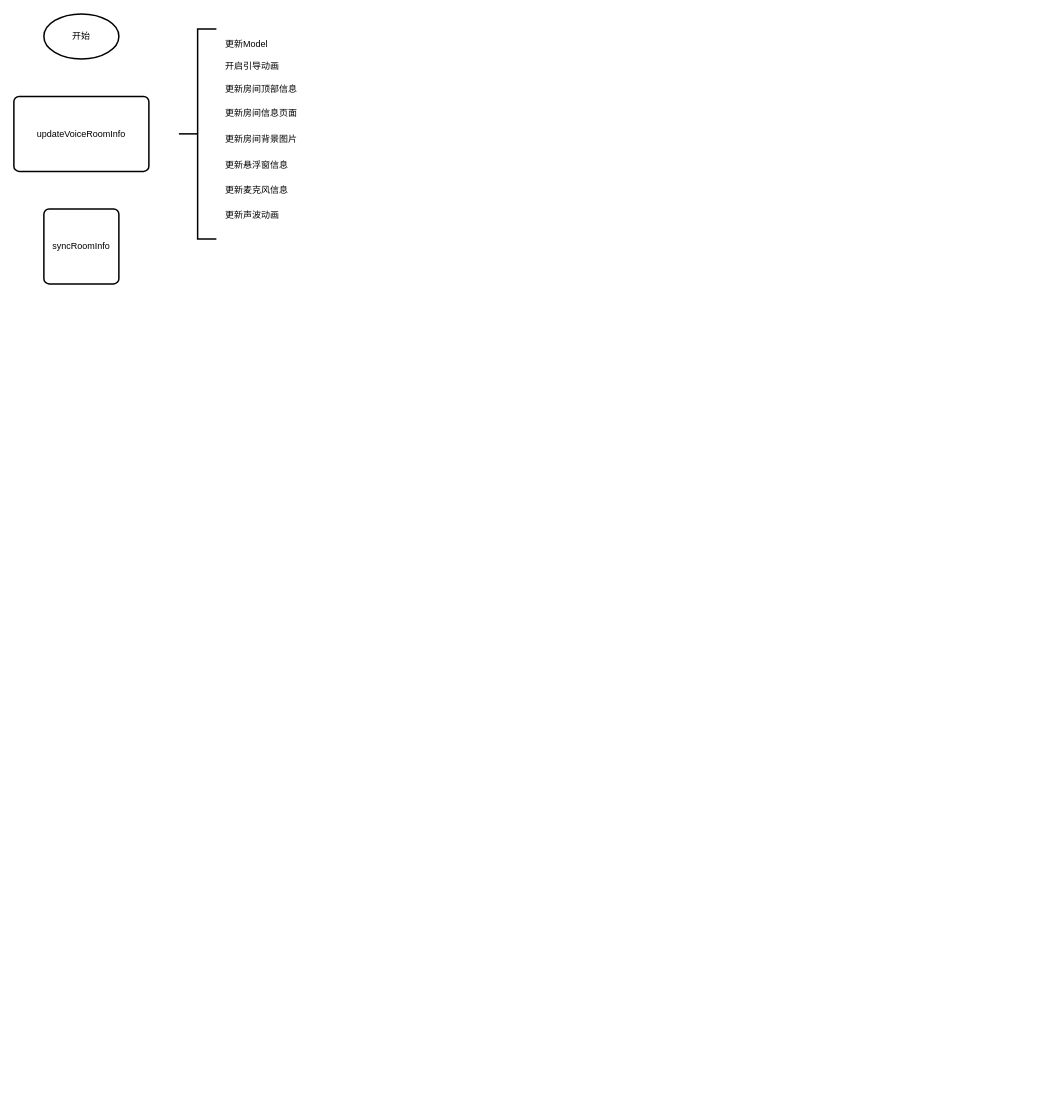
Before: 房间流程图.drawio in ZengSir/drawio, a draw.io diagram. Source tidied: cells renumbered, new cells numbered last; positions are measured from the earlier drawing's top-left corner, leaving out a move shared by most shapes. Both pictures are drawn from the tidied source at 75%, with x=0, y=0 at pixel (14, 14).
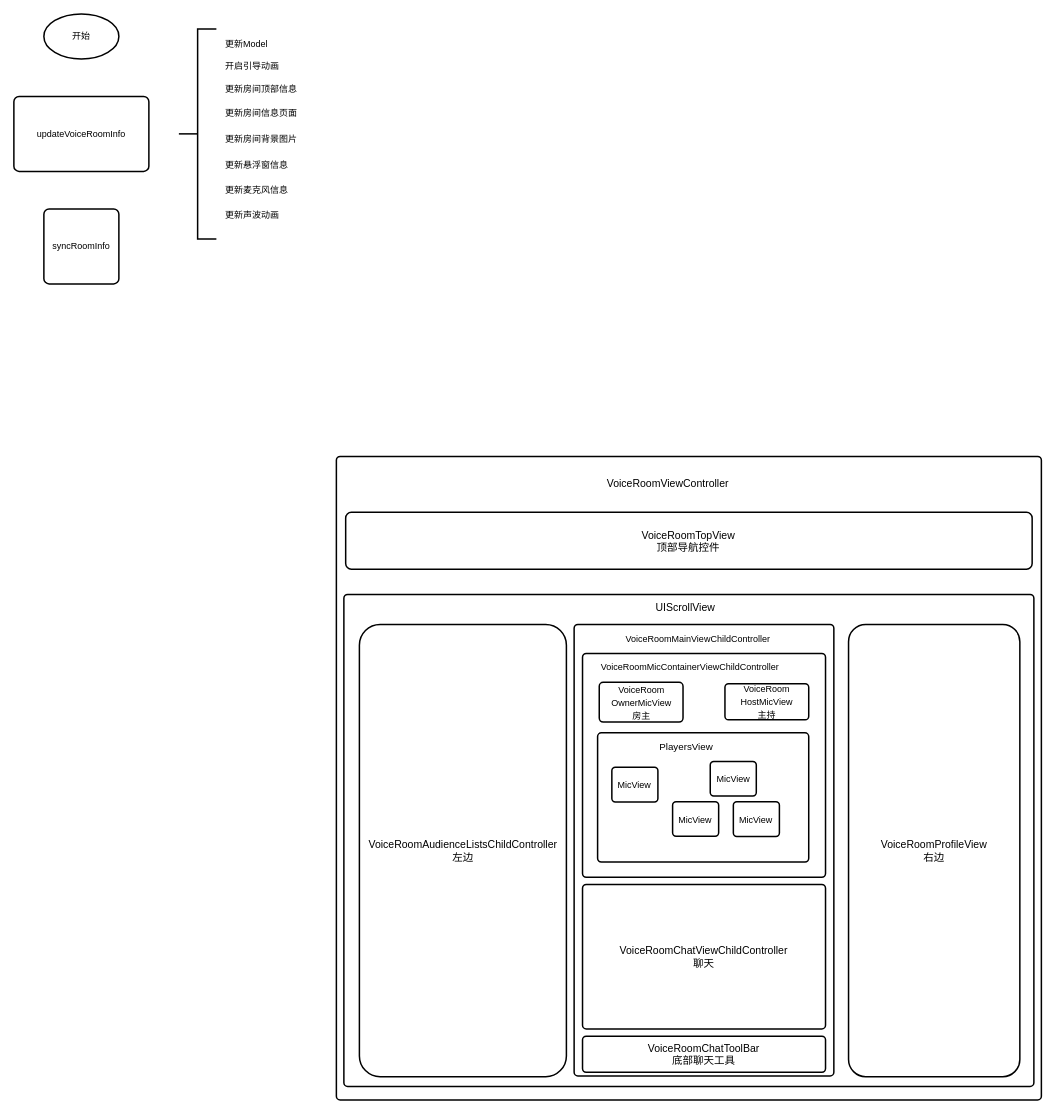
After the change.

Commit message:
更新房间流程图.drawio

Change to the diagram source:
```diff
@@
+    <mxCell id="14" style="rounded=1;absoluteArcSize=1;html=1;strokeWidth=2;arcSize=10;fontSize=14;fillColor=none;" parent="1" vertex="1">
+      <mxGeometry x="430" y="590" width="940" height="858" as="geometry" />
+    </mxCell>
+    <mxCell id="15" style="html=1;strokeWidth=2;shape=mxgraph.er.anchor;fontSize=14;whiteSpace=wrap;" parent="14" vertex="1">
+      <mxGeometry width="470" height="858" as="geometry" />
+    </mxCell>
+    <mxCell id="16" value="VoiceRoomViewController" style="text;html=1;align=left;verticalAlign=top;spacingTop=-4;fontSize=14;" parent="14" vertex="1">
+      <mxGeometry x="358.7" y="24.6" width="180" height="20" as="geometry" />
+    </mxCell>
+    <mxCell id="17" value="VoiceRoomTopView&lt;br&gt;顶部导航控件" style="strokeWidth=2;rounded=1;arcSize=10;whiteSpace=wrap;html=1;align=center;fontSize=14;fillColor=none;" parent="14" vertex="1">
+      <mxGeometry x="12.4" y="74.6" width="915.3" height="75.9" as="geometry" />
+    </mxCell>
+    <mxCell id="18" style="rounded=1;absoluteArcSize=1;html=1;strokeWidth=2;arcSize=10;fontSize=14;fillColor=none;" parent="14" vertex="1">
+      <mxGeometry x="10" y="184" width="920" height="656" as="geometry" />
+    </mxCell>
+    <mxCell id="19" style="html=1;strokeWidth=2;shape=mxgraph.er.anchor;fontSize=14;whiteSpace=wrap;" parent="18" vertex="1">
+      <mxGeometry width="460" height="399.8" as="geometry" />
+    </mxCell>
+    <mxCell id="20" value="VoiceRoomProfileView&lt;br&gt;右边" style="strokeWidth=2;rounded=1;arcSize=10;whiteSpace=wrap;html=1;align=center;fontSize=14;fillColor=none;" parent="18" vertex="1">
+      <mxGeometry x="672.9" y="40.2" width="228.4" height="602.8" as="geometry" />
+    </mxCell>
+    <mxCell id="21" value="VoiceRoomAudienceListsChildController&lt;br&gt;左边" style="strokeWidth=2;rounded=1;arcSize=10;whiteSpace=wrap;html=1;align=center;fontSize=14;fillColor=none;" parent="18" vertex="1">
+      <mxGeometry x="20.7" y="40.2" width="276" height="602.8" as="geometry" />
+    </mxCell>
+    <mxCell id="22" style="rounded=1;absoluteArcSize=1;html=1;strokeWidth=2;arcSize=10;fontSize=13;fillColor=none;" parent="18" vertex="1">
+      <mxGeometry x="307" y="40.2" width="346.3" height="601.8" as="geometry" />
+    </mxCell>
+    <mxCell id="23" style="html=1;strokeWidth=2;shape=mxgraph.er.anchor;fontSize=14;whiteSpace=wrap;" parent="22" vertex="1">
+      <mxGeometry width="173.1" height="601.8" as="geometry" />
+    </mxCell>
+    <mxCell id="24" value="VoiceRoomChatViewChildController&lt;br&gt;聊天" style="rounded=1;absoluteArcSize=1;html=1;strokeWidth=2;arcSize=10;fontSize=14;whiteSpace=wrap;strokeColor=inherit;fillColor=inherit;" parent="22" vertex="1">
+      <mxGeometry x="11.2" y="346.6" width="324" height="192.6" as="geometry" />
+    </mxCell>
+    <mxCell id="25" value="VoiceRoomMainViewChildController&lt;br&gt;" style="text;html=1;align=left;verticalAlign=top;spacingTop=-4;" parent="22" vertex="1">
+      <mxGeometry x="67" y="9.6" width="210" height="20" as="geometry" />
+    </mxCell>
+    <mxCell id="26" value="VoiceRoomChatToolBar&lt;br&gt;底部聊天工具" style="strokeWidth=2;rounded=1;arcSize=10;whiteSpace=wrap;html=1;align=center;fontSize=14;fillColor=none;" parent="22" vertex="1">
+      <mxGeometry x="11.2" y="548.8" width="324" height="48.1" as="geometry" />
+    </mxCell>
+    <mxCell id="27" style="rounded=1;absoluteArcSize=1;html=1;strokeWidth=2;arcSize=10;fontSize=14;fillColor=none;" parent="22" vertex="1">
+      <mxGeometry x="11.2" y="38.5" width="324" height="298.5" as="geometry" />
+    </mxCell>
+    <mxCell id="28" style="html=1;strokeWidth=2;shape=mxgraph.er.anchor;fontSize=14;whiteSpace=wrap;" parent="27" vertex="1">
+      <mxGeometry width="162" height="268.6" as="geometry" />
+    </mxCell>
+    <mxCell id="29" value="&lt;font style=&quot;font-size: 12px&quot;&gt;VoiceRoom&lt;br&gt;OwnerMicView&lt;br&gt;房主&lt;/font&gt;" style="strokeWidth=2;rounded=1;arcSize=10;whiteSpace=wrap;html=1;align=center;fontSize=14;fillColor=none;" parent="27" vertex="1">
+      <mxGeometry x="22.3" y="38.5" width="111.7" height="53" as="geometry" />
+    </mxCell>
+    <mxCell id="30" value="&lt;font style=&quot;font-size: 12px&quot;&gt;VoiceRoom&lt;br&gt;HostMicView&lt;br&gt;主持&lt;/font&gt;" style="strokeWidth=2;rounded=1;arcSize=10;whiteSpace=wrap;html=1;align=center;fontSize=14;fillColor=none;" parent="27" vertex="1">
+      <mxGeometry x="189.9" y="40.4" width="111.7" height="48.1" as="geometry" />
+    </mxCell>
+    <mxCell id="31" value="&lt;font style=&quot;font-size: 12px&quot;&gt;VoiceRoomMicContainerViewChildController&lt;/font&gt;" style="text;html=1;align=left;verticalAlign=top;spacingTop=-4;fontSize=14;" parent="27" vertex="1">
+      <mxGeometry x="22.3" y="6.4" width="250" height="20" as="geometry" />
+    </mxCell>
+    <mxCell id="32" style="rounded=1;absoluteArcSize=1;html=1;strokeWidth=2;arcSize=10;fontSize=14;fillColor=none;" parent="27" vertex="1">
+      <mxGeometry x="20.1" y="105.9" width="281.5" height="172.3" as="geometry" />
+    </mxCell>
+    <mxCell id="33" style="html=1;strokeWidth=2;shape=mxgraph.er.anchor;fontSize=14;whiteSpace=wrap;" parent="32" vertex="1">
+      <mxGeometry width="140.8" height="172.3" as="geometry" />
+    </mxCell>
+    <mxCell id="34" value="PlayersView" style="text;html=1;align=left;verticalAlign=top;spacingTop=-4;fontSize=13;" parent="32" vertex="1">
+      <mxGeometry x="80.4" y="8" width="90" height="20" as="geometry" />
+    </mxCell>
+    <mxCell id="35" value="&lt;font style=&quot;font-size: 12px&quot;&gt;MicView&lt;/font&gt;" style="strokeWidth=2;rounded=1;arcSize=10;whiteSpace=wrap;html=1;align=center;fontSize=14;fillColor=none;" parent="32" vertex="1">
+      <mxGeometry x="19" y="46" width="61.4" height="46.1" as="geometry" />
+    </mxCell>
+    <mxCell id="36" value="&lt;font style=&quot;font-size: 12px&quot;&gt;MicView&lt;/font&gt;" style="strokeWidth=2;rounded=1;arcSize=10;whiteSpace=wrap;html=1;align=center;fontSize=14;fillColor=none;" parent="32" vertex="1">
+      <mxGeometry x="100" y="91.9" width="61.4" height="46.1" as="geometry" />
+    </mxCell>
+    <mxCell id="37" value="&lt;font style=&quot;font-size: 12px&quot;&gt;MicView&lt;/font&gt;" style="strokeWidth=2;rounded=1;arcSize=10;whiteSpace=wrap;html=1;align=center;fontSize=14;fillColor=none;" parent="32" vertex="1">
+      <mxGeometry x="150.2" y="38.2" width="61.4" height="46.1" as="geometry" />
+    </mxCell>
+    <mxCell id="38" value="&lt;font style=&quot;font-size: 12px&quot;&gt;MicView&lt;/font&gt;" style="strokeWidth=2;rounded=1;arcSize=10;whiteSpace=wrap;html=1;align=center;fontSize=14;fillColor=none;" parent="32" vertex="1">
+      <mxGeometry x="181" y="92" width="61.4" height="46.1" as="geometry" />
+    </mxCell>
+    <mxCell id="39" value="UIScrollView" style="text;html=1;align=left;verticalAlign=top;spacingTop=-4;fontSize=14;" parent="18" vertex="1">
+      <mxGeometry x="413.5" y="7" width="90" height="20" as="geometry" />
+    </mxCell>
```
